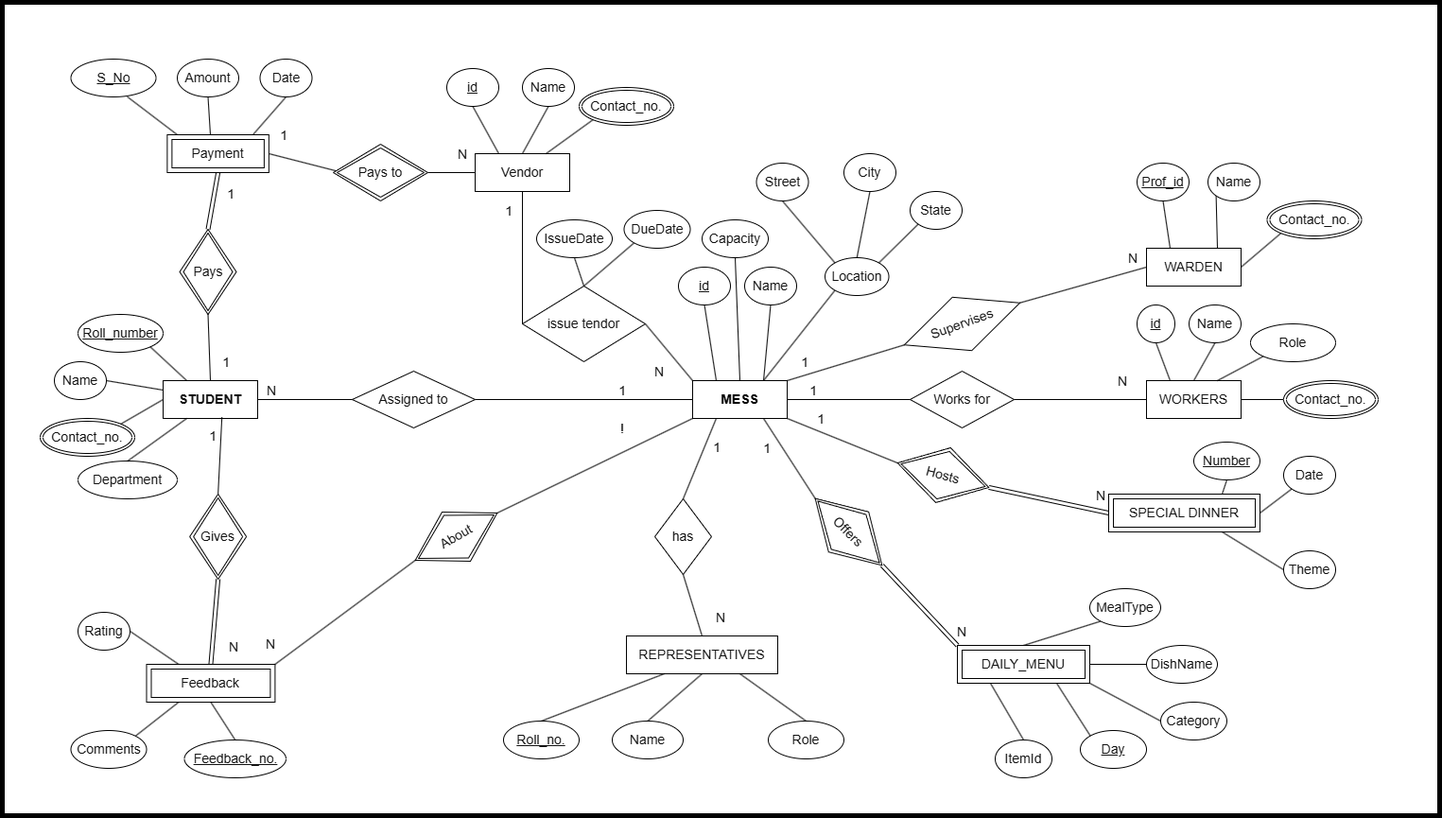
Above: ER_DIAGRAM.png in Rohan0444/Mess-Management-System-DBMS-Project (draw.io), before the change. Source tidied: cells renumbered, new cells last; positions are measured from the earlier drawing's top-left corner, leaving out a move shared by most shapes.
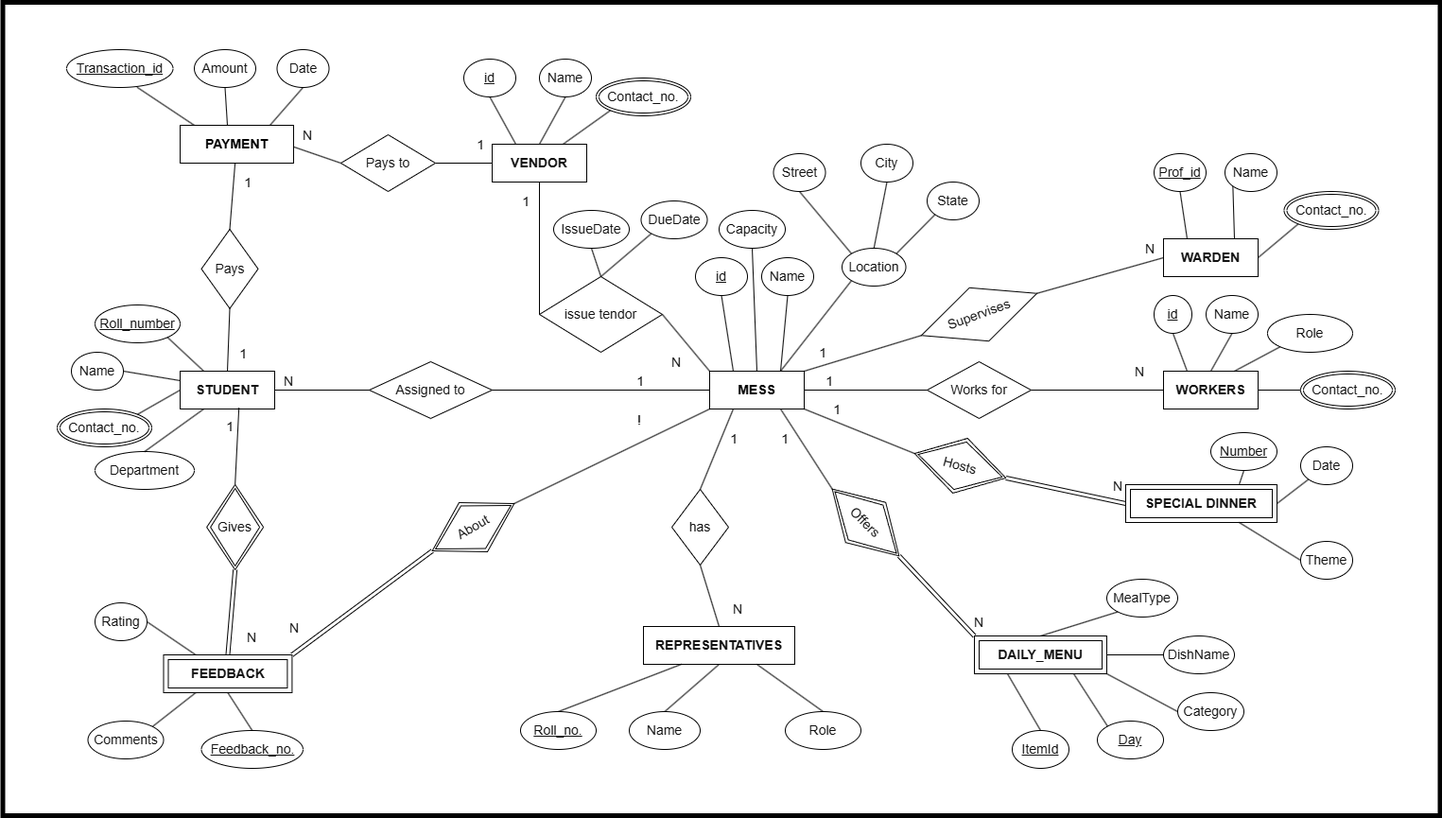
Later version of the same file.

Change to the diagram source:
```diff
@@ -31,12 +31,12 @@
     </mxCell>
-    <mxCell id="9" value="WARDEN" style="whiteSpace=wrap;html=1;align=center;strokeColor=light-dark(#000000,#000000);verticalAlign=middle;fontFamily=Helvetica;fontSize=14;fontColor=#ffffff;labelBackgroundColor=light-dark(#FFFFFF,#FFFFFF);fillColor=light-dark(#000000,#FFFFFF);" parent="1" vertex="1">
+    <mxCell id="9" value="&lt;b&gt;WARDEN&lt;/b&gt;" style="whiteSpace=wrap;html=1;align=center;strokeColor=light-dark(#000000,#000000);verticalAlign=middle;fontFamily=Helvetica;fontSize=14;fontColor=#ffffff;labelBackgroundColor=light-dark(#FFFFFF,#FFFFFF);fillColor=light-dark(#000000,#FFFFFF);" parent="1" vertex="1">
       <mxGeometry x="1210" y="260" width="100" height="40" as="geometry" />
     </mxCell>
-    <mxCell id="10" value="REPRESENTATIVES" style="whiteSpace=wrap;html=1;align=center;strokeColor=light-dark(#000000,#000000);verticalAlign=middle;fontFamily=Helvetica;fontSize=14;fontColor=#ffffff;labelBackgroundColor=light-dark(#FFFFFF,#FFFFFF);fillColor=light-dark(#000000,#FFFFFF);" parent="1" vertex="1">
+    <mxCell id="10" value="&lt;b&gt;REPRESENTATIVES&lt;/b&gt;" style="whiteSpace=wrap;html=1;align=center;strokeColor=light-dark(#000000,#000000);verticalAlign=middle;fontFamily=Helvetica;fontSize=14;fontColor=#ffffff;labelBackgroundColor=light-dark(#FFFFFF,#FFFFFF);fillColor=light-dark(#000000,#FFFFFF);" parent="1" vertex="1">
       <mxGeometry x="660" y="670" width="160" height="40" as="geometry" />
     </mxCell>
-    <mxCell id="11" value="WORKERS" style="whiteSpace=wrap;html=1;align=center;strokeColor=light-dark(#000000,#000000);verticalAlign=middle;fontFamily=Helvetica;fontSize=14;fontColor=#ffffff;labelBackgroundColor=light-dark(#FFFFFF,#FFFFFF);fillColor=light-dark(#000000,#FFFFFF);" parent="1" vertex="1">
+    <mxCell id="11" value="&lt;b&gt;WORKERS&lt;/b&gt;" style="whiteSpace=wrap;html=1;align=center;strokeColor=light-dark(#000000,#000000);verticalAlign=middle;fontFamily=Helvetica;fontSize=14;fontColor=#ffffff;labelBackgroundColor=light-dark(#FFFFFF,#FFFFFF);fillColor=light-dark(#000000,#FFFFFF);" parent="1" vertex="1">
       <mxGeometry x="1210" y="400" width="100" height="40" as="geometry" />
     </mxCell>
-    <mxCell id="12" value="Vendor" style="whiteSpace=wrap;html=1;align=center;strokeColor=light-dark(#000000,#000000);verticalAlign=middle;fontFamily=Helvetica;fontSize=14;fontColor=#ffffff;labelBackgroundColor=light-dark(#FFFFFF,#FFFFFF);fillColor=light-dark(#000000,#FFFFFF);" parent="1" vertex="1">
+    <mxCell id="12" value="&lt;b&gt;VENDOR&lt;/b&gt;" style="whiteSpace=wrap;html=1;align=center;strokeColor=light-dark(#000000,#000000);verticalAlign=middle;fontFamily=Helvetica;fontSize=14;fontColor=#ffffff;labelBackgroundColor=light-dark(#FFFFFF,#FFFFFF);fillColor=light-dark(#000000,#FFFFFF);" parent="1" vertex="1">
       <mxGeometry x="500" y="160" width="100" height="40" as="geometry" />
@@ -47,3 +47,3 @@
     <mxCell id="14" style="rounded=0;whiteSpace=wrap;html=1;strokeColor=light-dark(#000000,#000000);fillColor=none;strokeWidth=5;" parent="1" vertex="1">
-      <mxGeometry width="1520" height="860" as="geometry" />
+      <mxGeometry x="-17.5" y="10" width="1520" height="860" as="geometry" />
     </mxCell>
@@ -61,3 +61,3 @@
     </mxCell>
-    <mxCell id="19" value="SPECIAL DINNER" style="shape=ext;margin=3;double=1;whiteSpace=wrap;html=1;align=center;fontFamily=Helvetica;fontSize=14;fontColor=#ffffff;labelBackgroundColor=light-dark(#FFFFFF,#FFFFFF);strokeColor=light-dark(#000000,#000000);verticalAlign=middle;fillColor=light-dark(#000000,#FFFFFF);" parent="1" vertex="1">
+    <mxCell id="19" value="&lt;b&gt;SPECIAL DINNER&lt;/b&gt;" style="shape=ext;margin=3;double=1;whiteSpace=wrap;html=1;align=center;fontFamily=Helvetica;fontSize=14;fontColor=#ffffff;labelBackgroundColor=light-dark(#FFFFFF,#FFFFFF);strokeColor=light-dark(#000000,#000000);verticalAlign=middle;fillColor=light-dark(#000000,#FFFFFF);" parent="1" vertex="1">
       <mxGeometry x="1170" y="520" width="160" height="40" as="geometry" />
@@ -172,3 +172,3 @@
     </mxCell>
-    <mxCell id="48" value="N" style="html=1;whiteSpace=wrap;align=right;verticalAlign=bottom;strokeColor=light-dark(#000000,#000000);fontFamily=Helvetica;fontSize=14;fontColor=#ffffff;labelBackgroundColor=light-dark(#FFFFFF,#FFFFFF);fillColor=light-dark(#000000,#FFFFFF);" parent="47" vertex="1">
+    <mxCell id="48" value="1" style="html=1;whiteSpace=wrap;align=right;verticalAlign=bottom;strokeColor=light-dark(#000000,#000000);fontFamily=Helvetica;fontSize=14;fontColor=#ffffff;labelBackgroundColor=light-dark(#FFFFFF,#FFFFFF);fillColor=light-dark(#000000,#FFFFFF);" parent="47" vertex="1">
       <mxGeometry x="1" relative="1" as="geometry">
@@ -177,10 +177,8 @@
     </mxCell>
-    <mxCell id="49" style="endArrow=none;html=1;rounded=0;fontFamily=Helvetica;fontSize=14;fontColor=#ffffff;labelBackgroundColor=light-dark(#FFFFFF,#FFFFFF);entryX=1;entryY=0.5;entryDx=0;entryDy=0;exitX=0;exitY=0.5;exitDx=0;exitDy=0;strokeColor=light-dark(#000000,#000000);" parent="1" edge="1" target="130">
-      <mxGeometry relative="1" as="geometry">
-        <mxPoint x="360" y="180" as="sourcePoint" />
-      </mxGeometry>
+    <mxCell id="49" style="endArrow=none;html=1;rounded=0;fontFamily=Helvetica;fontSize=14;fontColor=#ffffff;labelBackgroundColor=light-dark(#FFFFFF,#FFFFFF);entryX=1;entryY=0.5;entryDx=0;entryDy=0;exitX=0;exitY=0.5;exitDx=0;exitDy=0;strokeColor=light-dark(#000000,#000000);" parent="1" edge="1" source="134" target="130">
+      <mxGeometry relative="1" as="geometry" />
     </mxCell>
-    <mxCell id="50" value="1" style="html=1;whiteSpace=wrap;align=right;verticalAlign=bottom;strokeColor=light-dark(#000000,#000000);fontFamily=Helvetica;fontSize=14;fontColor=#ffffff;labelBackgroundColor=light-dark(#FFFFFF,#FFFFFF);fillColor=light-dark(#000000,#FFFFFF);" parent="49" vertex="1">
+    <mxCell id="50" value="N" style="html=1;whiteSpace=wrap;align=right;verticalAlign=bottom;strokeColor=light-dark(#000000,#000000);fontFamily=Helvetica;fontSize=14;fontColor=#ffffff;labelBackgroundColor=light-dark(#FFFFFF,#FFFFFF);fillColor=light-dark(#000000,#FFFFFF);" parent="49" vertex="1">
       <mxGeometry x="1" relative="1" as="geometry">
-        <mxPoint x="20" y="-10" as="offset" />
+        <mxPoint x="29" as="offset" />
       </mxGeometry>
@@ -292,4 +290,4 @@
     </mxCell>
-    <mxCell id="84" value="&lt;u&gt;S_No&lt;/u&gt;" style="ellipse;whiteSpace=wrap;html=1;align=center;strokeColor=light-dark(#000000,#000000);verticalAlign=middle;fontFamily=Helvetica;fontSize=14;fontColor=#ffffff;labelBackgroundColor=light-dark(#FFFFFF,#FFFFFF);fillColor=light-dark(#000000,#FFFFFF);" parent="1" vertex="1">
-      <mxGeometry x="72.5" y="60" width="90" height="40" as="geometry" />
+    <mxCell id="84" value="&lt;u&gt;Transaction_id&lt;/u&gt;" style="ellipse;whiteSpace=wrap;html=1;align=center;strokeColor=light-dark(#000000,#000000);verticalAlign=middle;fontFamily=Helvetica;fontSize=14;fontColor=#ffffff;labelBackgroundColor=light-dark(#FFFFFF,#FFFFFF);fillColor=light-dark(#000000,#FFFFFF);" parent="1" vertex="1">
+      <mxGeometry x="50" y="60" width="112.5" height="40" as="geometry" />
     </mxCell>
@@ -352,3 +350,3 @@
     </mxCell>
-    <mxCell id="104" value="ItemId" style="ellipse;whiteSpace=wrap;html=1;align=center;strokeColor=light-dark(#000000,#000000);verticalAlign=middle;fontFamily=Helvetica;fontSize=14;fontColor=#ffffff;labelBackgroundColor=light-dark(#FFFFFF,#FFFFFF);fillColor=light-dark(#000000,#FFFFFF);" parent="1" vertex="1">
+    <mxCell id="104" value="ItemId" style="ellipse;whiteSpace=wrap;html=1;align=center;strokeColor=light-dark(#000000,#000000);verticalAlign=middle;fontFamily=Helvetica;fontSize=14;fontColor=#ffffff;labelBackgroundColor=light-dark(#FFFFFF,#FFFFFF);fillColor=light-dark(#000000,#FFFFFF);fontStyle=4;" parent="1" vertex="1">
       <mxGeometry x="1050" y="780" width="60" height="40" as="geometry" />
@@ -421,3 +419,3 @@
     </mxCell>
-    <mxCell id="127" value="DAILY_MENU" style="shape=ext;margin=3;double=1;whiteSpace=wrap;html=1;align=center;strokeColor=light-dark(#000000,#000000);verticalAlign=middle;fontFamily=Helvetica;fontSize=14;fontColor=#ffffff;labelBackgroundColor=light-dark(#FFFFFF,#FFFFFF);fillColor=light-dark(#000000,#FFFFFF);" parent="1" vertex="1">
+    <mxCell id="127" value="&lt;b&gt;DAILY_MENU&lt;/b&gt;" style="shape=ext;margin=3;double=1;whiteSpace=wrap;html=1;align=center;strokeColor=light-dark(#000000,#000000);verticalAlign=middle;fontFamily=Helvetica;fontSize=14;fontColor=#ffffff;labelBackgroundColor=light-dark(#FFFFFF,#FFFFFF);fillColor=light-dark(#000000,#FFFFFF);" parent="1" vertex="1">
       <mxGeometry x="1010" y="680" width="140" height="40" as="geometry" />
@@ -427,3 +425,3 @@
     </mxCell>
-    <mxCell id="129" value="Feedback" style="shape=ext;margin=3;double=1;whiteSpace=wrap;html=1;align=center;fontFamily=Helvetica;fontSize=14;fontColor=#ffffff;labelBackgroundColor=light-dark(#FFFFFF,#FFFFFF);strokeColor=light-dark(#000000,#000000);verticalAlign=middle;fillColor=light-dark(#000000,#FFFFFF);" parent="1" vertex="1">
+    <mxCell id="129" value="&lt;b&gt;FEEDBACK&lt;/b&gt;" style="shape=ext;margin=3;double=1;whiteSpace=wrap;html=1;align=center;fontFamily=Helvetica;fontSize=14;fontColor=#ffffff;labelBackgroundColor=light-dark(#FFFFFF,#FFFFFF);strokeColor=light-dark(#000000,#000000);verticalAlign=middle;fillColor=light-dark(#000000,#FFFFFF);" parent="1" vertex="1">
       <mxGeometry x="152.5" y="700" width="135.9" height="40" as="geometry" />
@@ -433,5 +431,2 @@
     </mxCell>
-    <mxCell id="131" value="Pays" style="shape=rhombus;double=1;perimeter=rhombusPerimeter;whiteSpace=wrap;html=1;align=center;strokeColor=light-dark(#000000,#000000);verticalAlign=middle;fontFamily=Helvetica;fontSize=14;fontColor=#ffffff;labelBackgroundColor=light-dark(#FFFFFF,#FFFFFF);fillColor=light-dark(#000000,#FFFFFF);direction=south;" parent="1" vertex="1">
-      <mxGeometry x="187.5" y="240" width="60" height="90" as="geometry" />
-    </mxCell>
     <mxCell id="132" style="endArrow=none;html=1;rounded=0;fontFamily=Helvetica;fontSize=14;fontColor=#ffffff;labelBackgroundColor=light-dark(#FFFFFF,#FFFFFF);entryX=0.5;entryY=0;entryDx=0;entryDy=0;strokeColor=light-dark(#000000,#000000);exitX=1;exitY=0.5;exitDx=0;exitDy=0;" parent="1" edge="1" source="131" target="2">
@@ -444,5 +439,2 @@
     </mxCell>
-    <mxCell id="134" value="Pays to" style="shape=rhombus;double=1;perimeter=rhombusPerimeter;whiteSpace=wrap;html=1;align=center;strokeColor=light-dark(#000000,#000000);verticalAlign=middle;fontFamily=Helvetica;fontSize=14;fontColor=#ffffff;labelBackgroundColor=light-dark(#FFFFFF,#FFFFFF);fillColor=light-dark(#000000,#FFFFFF);direction=east;" parent="1" vertex="1">
-      <mxGeometry x="350" y="150" width="100" height="60" as="geometry" />
-    </mxCell>
     <mxCell id="135" value="Hosts" style="shape=rhombus;double=1;perimeter=rhombusPerimeter;whiteSpace=wrap;html=1;align=center;strokeColor=light-dark(#000000,#000000);verticalAlign=middle;fontFamily=Helvetica;fontSize=14;fontColor=#ffffff;labelBackgroundColor=light-dark(#FFFFFF,#FFFFFF);fillColor=light-dark(#000000,#FFFFFF);direction=east;rotation=15;" parent="1" vertex="1">
@@ -456,10 +448,2 @@
     </mxCell>
-    <mxCell id="138" style="endArrow=none;html=1;rounded=0;fontFamily=Helvetica;fontSize=14;fontColor=#ffffff;labelBackgroundColor=light-dark(#FFFFFF,#FFFFFF);entryX=1;entryY=0;entryDx=0;entryDy=0;strokeColor=light-dark(#000000,#000000);exitX=0;exitY=0.5;exitDx=0;exitDy=0;" parent="1" edge="1" source="137" target="129">
-      <mxGeometry relative="1" as="geometry" />
-    </mxCell>
-    <mxCell id="139" value="N" style="html=1;whiteSpace=wrap;align=right;verticalAlign=bottom;strokeColor=light-dark(#000000,#000000);fontFamily=Helvetica;fontSize=14;fontColor=#ffffff;labelBackgroundColor=light-dark(#FFFFFF,#FFFFFF);fillColor=light-dark(#000000,#FFFFFF);" parent="138" vertex="1">
-      <mxGeometry x="1" relative="1" as="geometry">
-        <mxPoint y="-12" as="offset" />
-      </mxGeometry>
-    </mxCell>
     <mxCell id="140" style="endArrow=none;html=1;rounded=0;fontFamily=Helvetica;fontSize=14;fontColor=#ffffff;labelBackgroundColor=light-dark(#FFFFFF,#FFFFFF);entryX=0;entryY=0;entryDx=0;entryDy=0;exitX=0.75;exitY=1;exitDx=0;exitDy=0;strokeColor=light-dark(#000000,#000000);" parent="1" edge="1" source="127" target="128">
@@ -479,5 +463,2 @@
     </mxCell>
-    <mxCell id="145" style="shape=link;html=1;rounded=0;strokeColor=light-dark(#000000,#000000);exitX=0.5;exitY=1;exitDx=0;exitDy=0;entryX=0;entryY=0.5;entryDx=0;entryDy=0;" parent="1" edge="1" source="130" target="131">
-      <mxGeometry relative="1" as="geometry" />
-    </mxCell>
     <mxCell id="146" style="shape=link;html=1;rounded=0;strokeColor=light-dark(#000000,#000000);exitX=1;exitY=0.5;exitDx=0;exitDy=0;entryX=0.5;entryY=0;entryDx=0;entryDy=0;" parent="1" edge="1" source="136" target="129">
@@ -490,7 +471,2 @@
     </mxCell>
-    <mxCell id="148" value="1" style="html=1;whiteSpace=wrap;align=right;verticalAlign=bottom;strokeColor=light-dark(#000000,#000000);fontFamily=Helvetica;fontSize=14;fontColor=#ffffff;labelBackgroundColor=light-dark(#FFFFFF,#FFFFFF);fillColor=light-dark(#000000,#FFFFFF);" parent="1" vertex="1">
-      <mxGeometry x="228.1" y="698.9" as="geometry">
-        <mxPoint x="18" y="-487" as="offset" />
-      </mxGeometry>
-    </mxCell>
     <mxCell id="149" style="shape=link;html=1;rounded=0;strokeColor=light-dark(#000000,#000000);exitX=1;exitY=0.5;exitDx=0;exitDy=0;entryX=0;entryY=0;entryDx=0;entryDy=0;" parent="1" edge="1" source="141" target="127">
@@ -509,2 +485,27 @@
     </mxCell>
+    <mxCell id="134" value="Pays to" style="shape=rhombus;perimeter=rhombusPerimeter;whiteSpace=wrap;html=1;align=center;strokeColor=light-dark(#000000,#000000);verticalAlign=middle;fontFamily=Helvetica;fontSize=14;fontColor=#ffffff;labelBackgroundColor=light-dark(#FFFFFF,#FFFFFF);fillColor=light-dark(#000000,#FFFFFF);rotation=0;" parent="1" vertex="1">
+      <mxGeometry x="340" y="150" width="100" height="60" as="geometry" />
+    </mxCell>
+    <mxCell id="131" value="Pays" style="shape=rhombus;perimeter=rhombusPerimeter;whiteSpace=wrap;html=1;align=center;strokeColor=light-dark(#000000,#000000);verticalAlign=middle;fontFamily=Helvetica;fontSize=14;fontColor=#ffffff;labelBackgroundColor=light-dark(#FFFFFF,#FFFFFF);fillColor=light-dark(#000000,#FFFFFF);rotation=0;direction=south;" parent="1" vertex="1">
+      <mxGeometry x="192.5" y="250" width="60" height="83.8" as="geometry" />
+    </mxCell>
+    <mxCell id="153" style="endArrow=none;html=1;rounded=0;fontFamily=Helvetica;fontSize=14;fontColor=#ffffff;labelBackgroundColor=light-dark(#FFFFFF,#FFFFFF);entryX=0.5;entryY=1;entryDx=0;entryDy=0;exitX=0;exitY=0.5;exitDx=0;exitDy=0;strokeColor=light-dark(#000000,#000000);" parent="1" edge="1" source="131" target="130">
+      <mxGeometry relative="1" as="geometry" />
+    </mxCell>
+    <mxCell id="148" value="1" style="html=1;whiteSpace=wrap;align=right;verticalAlign=bottom;strokeColor=light-dark(#000000,#000000);fontFamily=Helvetica;fontSize=14;fontColor=#ffffff;labelBackgroundColor=light-dark(#FFFFFF,#FFFFFF);fillColor=light-dark(#000000,#FFFFFF);" parent="153" vertex="1">
+      <mxGeometry x="1" relative="1" as="geometry">
+        <mxPoint x="18" y="31" as="offset" />
+      </mxGeometry>
+    </mxCell>
+    <mxCell id="154" value="&lt;font style=&quot;&quot;&gt;&lt;b&gt;PAYMENT&lt;/b&gt;&lt;/font&gt;" style="whiteSpace=wrap;html=1;align=center;labelBackgroundColor=light-dark(#FFFFFF,#FFFFFF);fillColor=light-dark(#000000,#FFFFFF);fontColor=light-dark(#FFFFFF,#000000);strokeColor=light-dark(#000000,#000000);fontSize=14;textShadow=0;" parent="1" vertex="1">
+      <mxGeometry x="170" y="140" width="120" height="40" as="geometry" />
+    </mxCell>
+    <mxCell id="138" style="shape=link;html=1;rounded=0;strokeColor=light-dark(#000000,#000000);exitX=0;exitY=0.5;exitDx=0;exitDy=0;entryX=1;entryY=0;entryDx=0;entryDy=0;" parent="1" edge="1" source="137" target="129">
+      <mxGeometry relative="1" as="geometry" />
+    </mxCell>
+    <mxCell id="139" value="N" style="html=1;whiteSpace=wrap;align=right;verticalAlign=bottom;strokeColor=light-dark(#000000,#000000);fontFamily=Helvetica;fontSize=14;fontColor=#ffffff;labelBackgroundColor=light-dark(#FFFFFF,#FFFFFF);fillColor=light-dark(#000000,#FFFFFF);" parent="1" vertex="1">
+      <mxGeometry x="298.4" y="698" as="geometry">
+        <mxPoint x="-3" y="-17" as="offset" />
+      </mxGeometry>
+    </mxCell>
   </root>
```
